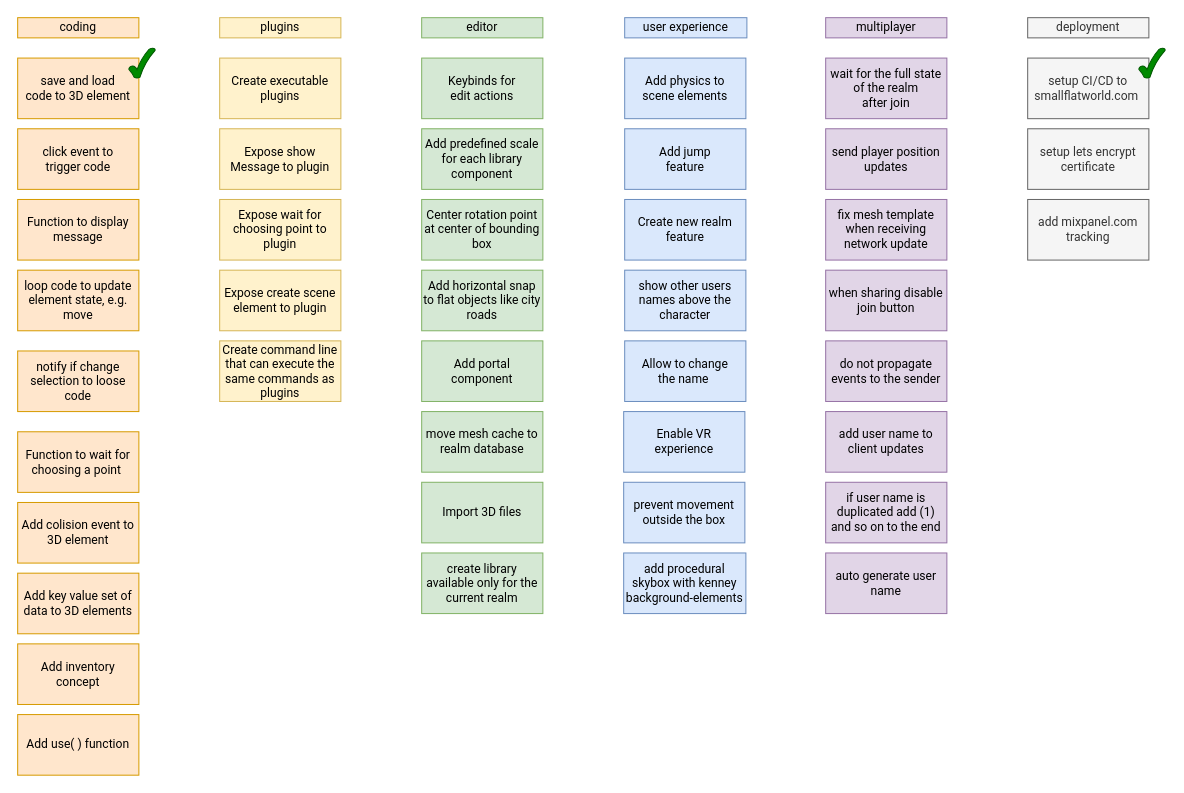
Before: small-flat-world-roadmap.drawio in hamilton-lima/smallflatworld, a draw.io diagram. Source tidied: cells renumbered, new cells numbered last; positions are measured from the earlier drawing's top-left corner, leaving out a move shared by most shapes. Both pictures are drawn from the tidied source at 101%, with x=0, y=0 at pixel (17, 17).
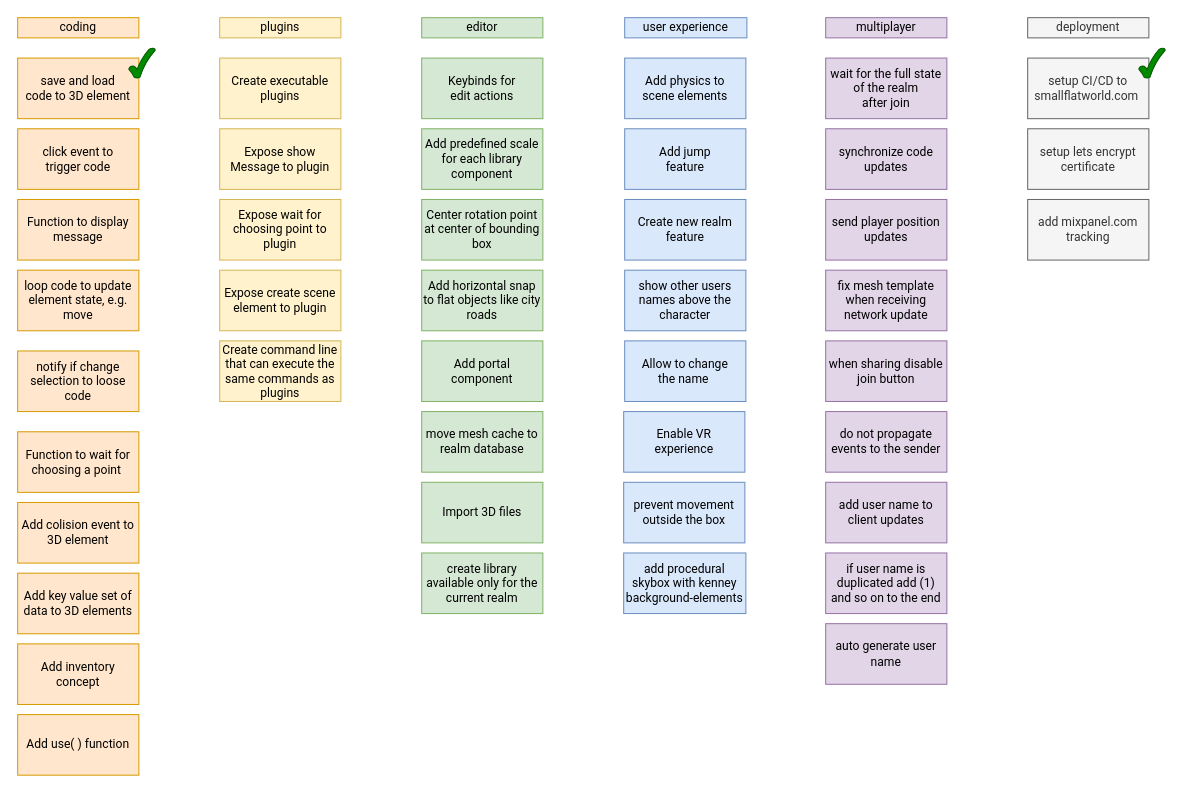
The same page after the edit.

The edit, as a diff of the source:
```diff
@@
     <mxCell id="13" value="fix mesh template when receiving network update" style="rounded=0;whiteSpace=wrap;html=1;fontFamily=Roboto;fillColor=#e1d5e7;strokeColor=#9673a6;" parent="1" vertex="1">
-      <mxGeometry x="800" y="180" width="120" height="60" as="geometry" />
+      <mxGeometry x="800" y="250" width="120" height="60" as="geometry" />
     </mxCell>
     <mxCell id="14" value="do not propagate events to the sender" style="rounded=0;whiteSpace=wrap;html=1;fontFamily=Roboto;fillColor=#e1d5e7;strokeColor=#9673a6;" parent="1" vertex="1">
-      <mxGeometry x="800" y="320" width="120" height="60" as="geometry" />
+      <mxGeometry x="800" y="390" width="120" height="60" as="geometry" />
     </mxCell>
@@
     <mxCell id="16" value="send player position updates" style="rounded=0;whiteSpace=wrap;html=1;fontFamily=Roboto;fillColor=#e1d5e7;strokeColor=#9673a6;" parent="1" vertex="1">
-      <mxGeometry x="800" y="110" width="120" height="60" as="geometry" />
+      <mxGeometry x="800" y="180" width="120" height="60" as="geometry" />
     </mxCell>
     <mxCell id="17" value="when sharing disable join button" style="rounded=0;whiteSpace=wrap;html=1;fontFamily=Roboto;fillColor=#e1d5e7;strokeColor=#9673a6;" parent="1" vertex="1">
-      <mxGeometry x="800" y="250" width="120" height="60" as="geometry" />
+      <mxGeometry x="800" y="320" width="120" height="60" as="geometry" />
     </mxCell>
@@
     <mxCell id="34" value="add user name to client updates" style="rounded=0;whiteSpace=wrap;html=1;fontFamily=Roboto;fillColor=#e1d5e7;strokeColor=#9673a6;" parent="1" vertex="1">
-      <mxGeometry x="800" y="390" width="120" height="60" as="geometry" />
+      <mxGeometry x="800" y="460" width="120" height="60" as="geometry" />
     </mxCell>
     <mxCell id="35" value="auto generate user name" style="rounded=0;whiteSpace=wrap;html=1;fontFamily=Roboto;fillColor=#e1d5e7;strokeColor=#9673a6;" parent="1" vertex="1">
-      <mxGeometry x="800" y="530" width="120" height="60" as="geometry" />
+      <mxGeometry x="800" y="600" width="120" height="60" as="geometry" />
     </mxCell>
     <mxCell id="36" value="if user name is duplicated add (1) and so on to the end" style="rounded=0;whiteSpace=wrap;html=1;fontFamily=Roboto;fillColor=#e1d5e7;strokeColor=#9673a6;" parent="1" vertex="1">
-      <mxGeometry x="800" y="460" width="120" height="60" as="geometry" />
+      <mxGeometry x="800" y="530" width="120" height="60" as="geometry" />
     </mxCell>
@@
+    <mxCell id="52" value="synchronize code updates" style="rounded=0;whiteSpace=wrap;html=1;fontFamily=Roboto;fillColor=#e1d5e7;strokeColor=#9673a6;" parent="1" vertex="1">
+      <mxGeometry x="800" y="110" width="120" height="60" as="geometry" />
+    </mxCell>
```
